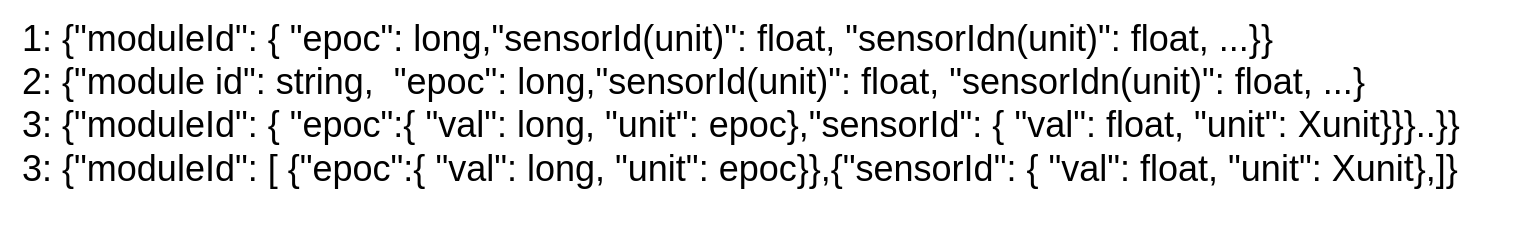
Earlier version of the draw.io diagram page "payload format" (5 of 10) of docs/Software architecture.drawio (brenchies/SurfsideSensors). Source tidied: cells renumbered, new cells numbered last; positions are measured from the earlier drawing's top-left corner, leaving out a move shared by most shapes. Both pictures are drawn from the tidied source at 100%, with x=0, y=0 at pixel (17, 27).
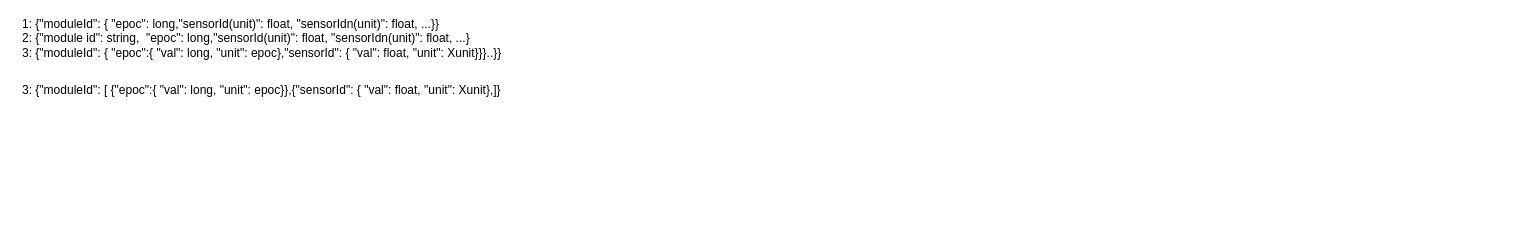
The same page after the edit.

Diff of the diagram source:
```diff
@@
 <mxGraphModel>
   <root>
     <mxCell id="0" />
     <mxCell id="1" parent="0" />
-    <mxCell id="2" value="&lt;span style=&quot;font-size: 36px;&quot;&gt;1: {&quot;moduleId&quot;: { &quot;epoc&quot;: long,&quot;sensorId(unit)&quot;: float, &quot;sensorIdn(unit)&quot;: float, ...}}&lt;br&gt;&lt;/span&gt;&lt;span style=&quot;font-size: 36px;&quot;&gt;2: {&quot;module id&quot;: string,&amp;nbsp; &quot;epoc&quot;: long,&quot;sensorId(unit)&quot;: float, &quot;sensorIdn(unit)&quot;: float, ...}&lt;br&gt;&lt;/span&gt;&lt;span style=&quot;font-size: 36px;&quot;&gt;3: {&quot;moduleId&quot;: { &quot;epoc&quot;:{ &quot;val&quot;: long, &quot;unit&quot;: epoc},&quot;sensorId&quot;: { &quot;val&quot;: float, &quot;unit&quot;: Xunit}}}..}}&lt;br&gt;&lt;/span&gt;&lt;span style=&quot;font-size: 36px;&quot;&gt;3: {&quot;moduleId&quot;: [ {&quot;epoc&quot;:{ &quot;val&quot;: long, &quot;unit&quot;: epoc}},{&quot;sensorId&quot;: { &quot;val&quot;: float, &quot;unit&quot;: Xunit},]}&lt;/span&gt;&lt;span style=&quot;font-size: 36px;&quot;&gt;&lt;br&gt;&lt;/span&gt;" style="text;html=1;strokeColor=none;fillColor=none;spacing=5;spacingTop=-20;whiteSpace=wrap;overflow=hidden;rounded=0;" parent="1" vertex="1">
-      <mxGeometry width="1480" height="200" as="geometry" />
+    <mxCell id="2" value="&lt;font style=&quot;font-size: 12px;&quot;&gt;1: {&quot;moduleId&quot;: { &quot;epoc&quot;: long,&quot;sensorId(unit)&quot;: float, &quot;sensorIdn(unit)&quot;: float, ...}}&lt;br&gt;2: {&quot;module id&quot;: string,&amp;nbsp; &quot;epoc&quot;: long,&quot;sensorId(unit)&quot;: float, &quot;sensorIdn(unit)&quot;: float, ...}&lt;br&gt;3: {&quot;moduleId&quot;: { &quot;epoc&quot;:{ &quot;val&quot;: long, &quot;unit&quot;: epoc},&quot;sensorId&quot;: { &quot;val&quot;: float, &quot;unit&quot;: Xunit}}}..}}&lt;br&gt;3: {&quot;moduleId&quot;: [ {&quot;epoc&quot;:{ &quot;val&quot;: long, &quot;unit&quot;: epoc}},{&quot;sensorId&quot;: { &quot;val&quot;: float, &quot;unit&quot;: Xunit},]}&lt;/font&gt;&lt;span style=&quot;font-size: 36px;&quot;&gt;&lt;br&gt;&lt;/span&gt;" style="text;html=1;strokeColor=none;fillColor=none;spacing=5;spacingTop=-20;whiteSpace=wrap;overflow=hidden;rounded=0;" parent="1" vertex="1">
+      <mxGeometry width="510" height="90" as="geometry" />
     </mxCell>
   </root>
 </mxGraphModel>
```
